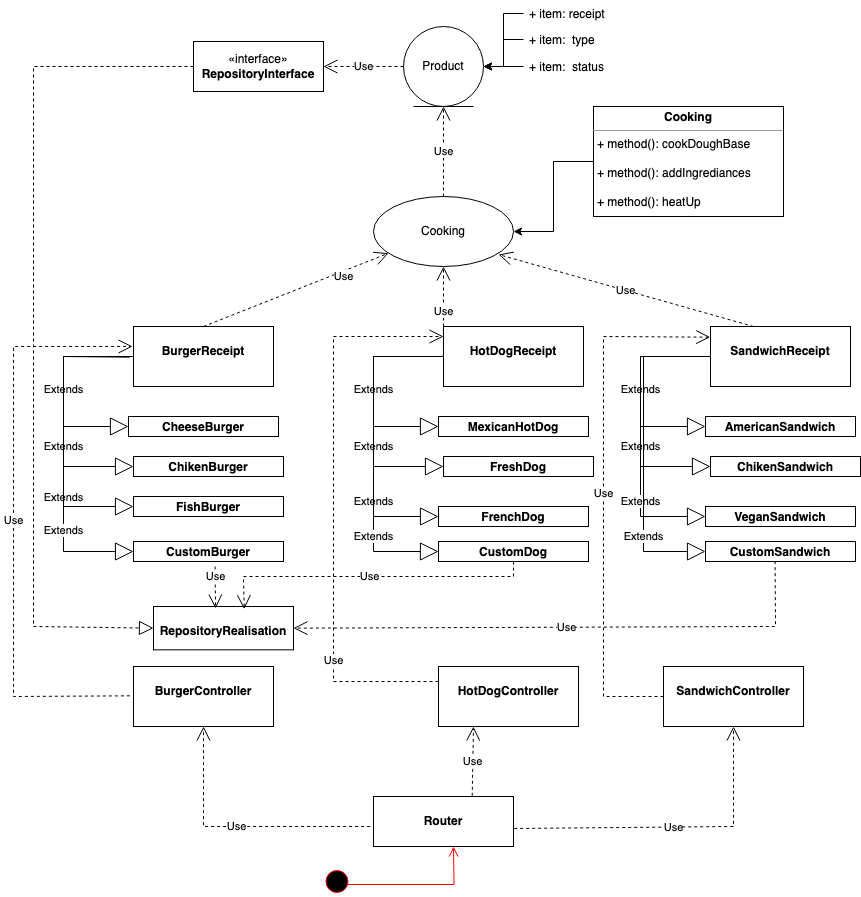
Above: StructureMap.png in otusteamedu/PHP_2024 (draw.io), before the change. Source tidied: cells renumbered, new cells last; positions are measured from the earlier drawing's top-left corner, leaving out a move shared by most shapes.
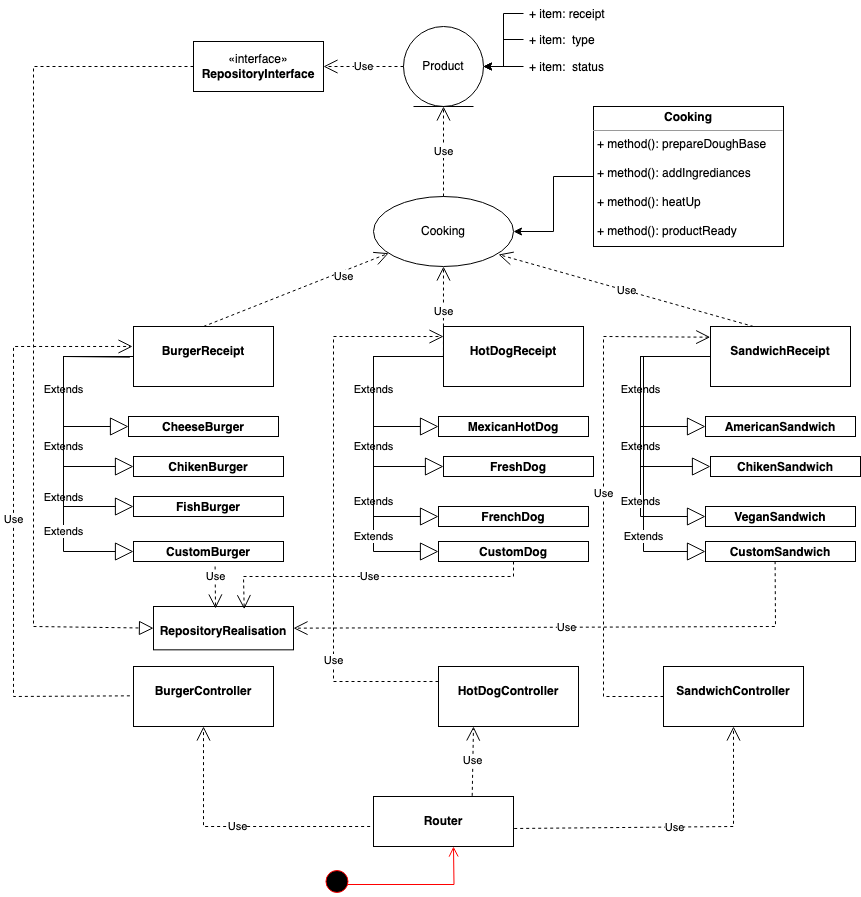
Later version of the same file.

Diff of the diagram source:
```diff
@@ -40,8 +40,8 @@
     <mxCell id="13" style="edgeStyle=orthogonalEdgeStyle;rounded=0;jettySize=auto;html=1;" parent="1" edge="1" source="14" target="3">
       <mxGeometry relative="1" as="geometry" />
     </mxCell>
-    <mxCell id="14" value="&lt;p style=&quot;margin:0px;margin-top:4px;text-align:center;&quot;&gt;&lt;b&gt;Cooking&lt;/b&gt;&lt;/p&gt;&lt;hr size=&quot;1&quot;&gt;&lt;p style=&quot;margin:0px;margin-left:4px;&quot;&gt;+ method(): cookDoughBase&lt;/p&gt;&lt;p style=&quot;margin:0px;margin-left:4px;&quot;&gt;&lt;br&gt;&lt;/p&gt;&lt;p style=&quot;margin:0px;margin-left:4px;&quot;&gt;+ method(): addIngrediances&lt;br&gt;&lt;/p&gt;&lt;p style=&quot;margin:0px;margin-left:4px;&quot;&gt;&lt;br&gt;&lt;/p&gt;&lt;p style=&quot;margin:0px;margin-left:4px;&quot;&gt;+ method(): heatUp&lt;br&gt;&lt;/p&gt;" style="verticalAlign=top;align=left;overflow=fill;fontSize=12;fontFamily=Helvetica;html=1;whiteSpace=wrap;" parent="1" vertex="1">
-      <mxGeometry x="580" y="106" width="190" height="110" as="geometry" />
+    <mxCell id="14" value="&lt;p style=&quot;margin:0px;margin-top:4px;text-align:center;&quot;&gt;&lt;b&gt;Cooking&lt;/b&gt;&lt;/p&gt;&lt;hr size=&quot;1&quot;&gt;&lt;p style=&quot;margin:0px;margin-left:4px;&quot;&gt;+ method(): prepareDoughBase&lt;/p&gt;&lt;p style=&quot;margin:0px;margin-left:4px;&quot;&gt;&lt;br&gt;&lt;/p&gt;&lt;p style=&quot;margin:0px;margin-left:4px;&quot;&gt;+ method(): addIngrediances&lt;br&gt;&lt;/p&gt;&lt;p style=&quot;margin:0px;margin-left:4px;&quot;&gt;&lt;br&gt;&lt;/p&gt;&lt;p style=&quot;margin:0px;margin-left:4px;&quot;&gt;+ method(): heatUp&lt;/p&gt;&lt;p style=&quot;margin:0px;margin-left:4px;&quot;&gt;&lt;br&gt;&lt;/p&gt;&lt;p style=&quot;margin:0px;margin-left:4px;&quot;&gt;+ method(): productReady&lt;br&gt;&lt;/p&gt;" style="verticalAlign=top;align=left;overflow=fill;fontSize=12;fontFamily=Helvetica;html=1;whiteSpace=wrap;" parent="1" vertex="1">
+      <mxGeometry x="580" y="106" width="190" height="140" as="geometry" />
     </mxCell>
     <mxCell id="15" value="&lt;p style=&quot;margin:0px;margin-top:4px;text-align:center;&quot;&gt;&lt;br&gt;&lt;b&gt;BurgerReceipt&lt;/b&gt;&lt;/p&gt;" style="verticalAlign=top;align=left;overflow=fill;fontSize=12;fontFamily=Helvetica;html=1;whiteSpace=wrap;" parent="1" vertex="1">
       <mxGeometry x="120" y="326" width="140" height="60" as="geometry" />
```
